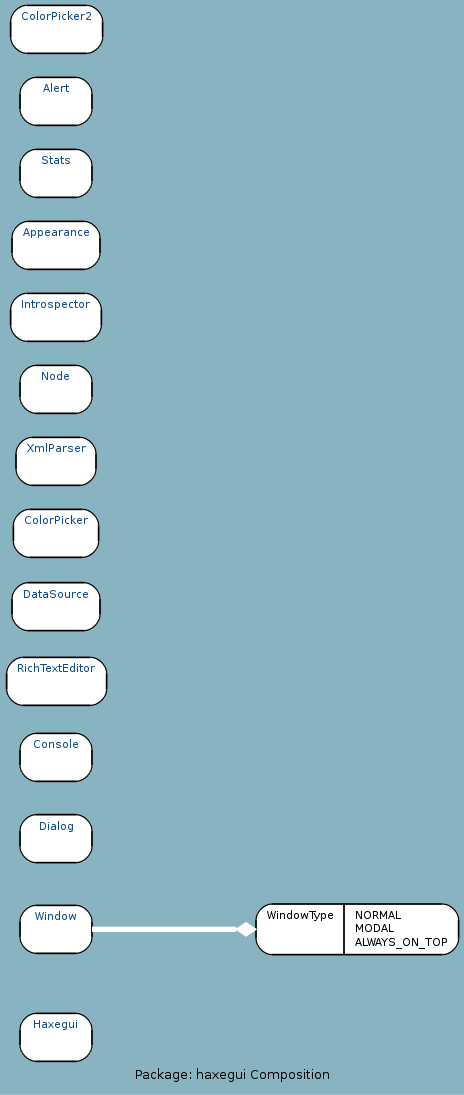
Earlier version of the Graphviz export docs/uml/haxegui_C.png (google-code-export/haxegui). Its source is kept beside it as docs/uml/haxegui_C.dot.
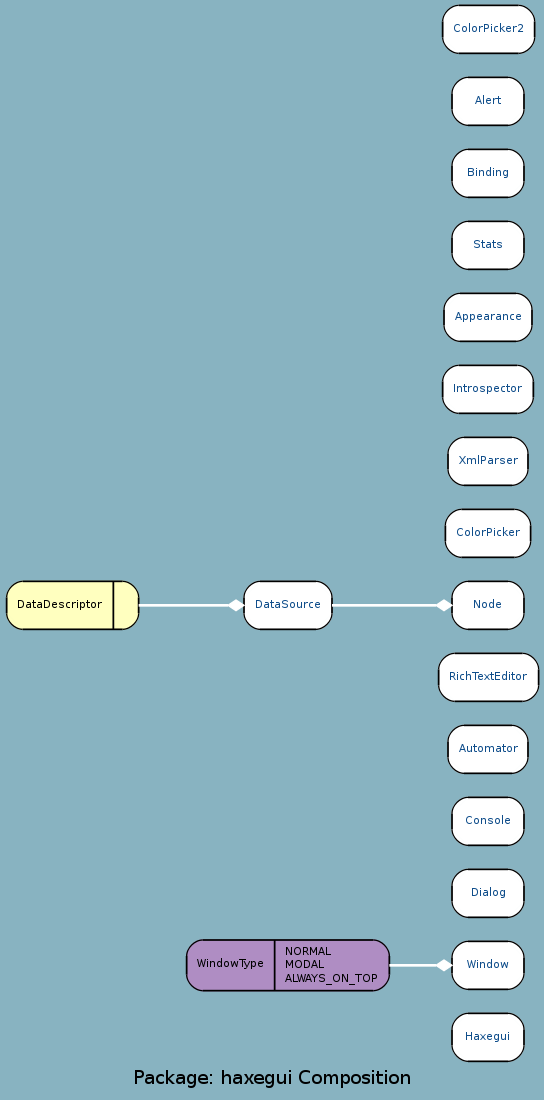
The same diagram one commit later.

Change to the diagram source:
```diff
@@ -1,23 +1,28 @@
 digraph uml {
-	graph [label="Package: haxegui Composition", ratio=compress, rankdir=LR, size="24,12", fontname=Sans, fontsize=10, bgcolor="#88B3C1", fontcolor=black];
-	node [label="\N", fontname=Sans, fontsize=8, shape=record, color=black, fontcolor=black];
-	edge [fontname=Sans, fontsize=8, minlen=3, color=black, fontcolor=black];
-	graph [lp="170,10",
-		bb="0,0,340,813"];
-	"haxegui.Haxegui" [label="{Haxegui}", fontcolor="#104E8B", style="rounded,filled", fillcolor=white, URL="../types/haxegui/Haxegui.html", tooltip=Haxegui, portPos=Haxegui, pos="38,39", rects="11,21,65,57", width="0.75", height="0.50"];
-	"haxegui.Window" [label="{Window}", fontcolor="#104E8B", style="rounded,filled", fillcolor=white, URL="../types/haxegui/Window.html", tooltip=Window, portPos=Window, pos="38,120", rects="11,102,65,138", width="0.75", height="0.50"];
-	"haxegui.WindowType" [label="{WindowType|NORMAL\lMODAL\lALWAYS_ON_TOP\l}", style="rounded,filled", fillcolor=white, pos="264,120", rects="188,101,254,139 254,101,340,139", width="2.11", height="0.53"];
-	"haxegui.Dialog" [label="{Dialog}", fontcolor="#104E8B", style="rounded,filled", fillcolor=white, URL="../types/haxegui/Dialog.html", tooltip=Dialog, portPos=Dialog, pos="38,188", rects="11,170,65,206", width="0.75", height="0.50"];
-	"haxegui.Console" [label="{Console}", fontcolor="#104E8B", style="rounded,filled", fillcolor=white, URL="../types/haxegui/Console.html", tooltip=Console, portPos=Console, pos="38,249", rects="11,231,65,267", width="0.75", height="0.50"];
-	"haxegui.RichTextEditor" [label="{RichTextEditor}", fontcolor="#104E8B", style="rounded,filled", fillcolor=white, URL="../types/haxegui/RichTextEditor.html", tooltip=RichTextEditor, portPos=RichTextEditor, pos="38,306", rects="1,288,76,324", width="1.03", height="0.50"];
-	"haxegui.DataSource" [label="{DataSource}", fontcolor="#104E8B", style="rounded,filled", fillcolor=white, URL="../types/haxegui/DataSource.html", tooltip=DataSource, portPos=DataSource, pos="38,362", rects="5,344,71,380", width="0.92", height="0.50"];
-	"haxegui.ColorPicker" [label="{ColorPicker}", fontcolor="#104E8B", style="rounded,filled", fillcolor=white, URL="../types/haxegui/ColorPicker.html", tooltip=ColorPicker, portPos=ColorPicker, pos="38,417", rects="6,399,70,435", width="0.89", height="0.50"];
-	"haxegui.XmlParser" [label="{XmlParser}", fontcolor="#104E8B", style="rounded,filled", fillcolor=white, URL="../types/haxegui/XmlParser.html", tooltip=XmlParser, portPos=XmlParser, pos="38,471", rects="8,453,68,489", width="0.83", height="0.50"];
-	"haxegui.Node" [label="{Node}", fontcolor="#104E8B", style="rounded,filled", fillcolor=white, URL="../types/haxegui/Node.html", tooltip="Node", portPos="Node", pos="38,525", rects="11,507,65,543", width="0.75", height="0.50"];
-	"haxegui.Introspector" [label="{Introspector}", fontcolor="#104E8B", style="rounded,filled", fillcolor=white, URL="../types/haxegui/Introspector.html", tooltip=Introspector, portPos=Introspector, pos="38,579", rects="4,561,72,597", width="0.94", height="0.50"];
-	"haxegui.Appearance" [label="{Appearance}", fontcolor="#104E8B", style="rounded,filled", fillcolor=white, URL="../types/haxegui/Appearance.html", tooltip=Appearance, portPos=Appearance, pos="38,633", rects="5,615,71,651", width="0.92", height="0.50"];
-	"haxegui.Stats" [label="{Stats}", fontcolor="#104E8B", style="rounded,filled", fillcolor=white, URL="../types/haxegui/Stats.html", tooltip=Stats, portPos=Stats, pos="38,687", rects="11,669,65,705", width="0.75", height="0.50"];
-	"haxegui.Alert" [label="{Alert}", fontcolor="#104E8B", style="rounded,filled", fillcolor=white, URL="../types/haxegui/Alert.html", tooltip=Alert, portPos=Alert, pos="38,741", rects="11,723,65,759", width="0.75", height="0.50"];
-	"haxegui.ColorPicker2" [label="{ColorPicker2}", fontcolor="#104E8B", style="rounded,filled", fillcolor=white, URL="../types/haxegui/ColorPicker2.html", tooltip=ColorPicker2, portPos=ColorPicker2, pos="38,795", rects="4,777,73,813", width="0.94", height="0.50"];
-	"haxegui.Window" -> "haxegui.WindowType" [color=white, style="setlinewidth(4)", arrowhead=diamond, arrowsize="1.25", pos="e,188,120 65,120 91,120 134,120 173,120"];
+	graph [label="Package: haxegui Composition", ratio=compress, rankdir=RL, smoothing=avg_dist, overlap=false, fontname="DejaVu Sans Condenesed", fontsize=14, bgcolor="#88B3C1", fontcolor=black];
+	node [label="\N", fontname="DejaVu Sans Condenesed", fontsize=8, shape=record, color=black, fontcolor=black];
+	edge [fontname="DejaVu Sans Condenesed", fontsize=8, color=black, fontcolor=black];
+	graph [lp="200,12",
+		bb="0,0,400,817"];
+	"haxegui.Haxegui" [label="{\nHaxegui}", fontcolor="#104E8B", style="rounded,filled", fillcolor=white, URL="../types/haxegui/Haxegui.html", tooltip="\nHaxegui", pos="362,43", rects="335,25,389,61", width="0.75", height="0.50"];
+	"haxegui.Window" [label="{\nWindow}", fontcolor="#104E8B", style="rounded,filled", fillcolor=white, URL="../types/haxegui/Window.html", tooltip="\nWindow", pos="362,97", rects="335,79,389,115", width="0.75", height="0.50"];
+	"haxegui.WindowType" [label="{\nWindowType|NORMAL\lMODAL\lALWAYS_ON_TOP\l}", style="rounded,filled", fillcolor="#af8dc3", pos="212,97", rects="136,78,202,116 202,78,288,116", width="2.11", height="0.53"];
+	"haxegui.Dialog" [label="{\nDialog}", fontcolor="#104E8B", style="rounded,filled", fillcolor=white, URL="../types/haxegui/Dialog.html", tooltip="\nDialog", pos="362,151", rects="335,133,389,169", width="0.75", height="0.50"];
+	"haxegui.Console" [label="{\nConsole}", fontcolor="#104E8B", style="rounded,filled", fillcolor=white, URL="../types/haxegui/Console.html", tooltip="\nConsole", pos="362,205", rects="335,187,389,223", width="0.75", height="0.50"];
+	"haxegui.Automator" [label="{\nAutomator}", fontcolor="#104E8B", style="rounded,filled", fillcolor=white, URL="../types/haxegui/Automator.html", tooltip="\nAutomator", pos="362,259", rects="332,241,392,277", width="0.83", height="0.50"];
+	"haxegui.RichTextEditor" [label="{\nRichTextEditor}", fontcolor="#104E8B", style="rounded,filled", fillcolor=white, URL="../types/haxegui/RichTextEditor.html", tooltip="\nRichTextEditor", pos="362,313", rects="325,295,400,331", width="1.03", height="0.50"];
+	"haxegui.DataDescriptor" [label="{\nDataDescriptor|}", style="rounded,filled", fillcolor="#ffffbf", pos="50,367", rects="1,349,81,385 81,349,100,385", width="1.36", height="0.50"];
+	"haxegui.DataSource" [label="{\nDataSource}", fontcolor="#104E8B", style="rounded,filled", fillcolor=white, URL="../types/haxegui/DataSource.html", tooltip="\nDataSource", pos="212,367", rects="179,349,245,385", width="0.92", height="0.50"];
+	"haxegui.ColorPicker" [label="{\nColorPicker}", fontcolor="#104E8B", style="rounded,filled", fillcolor=white, URL="../types/haxegui/ColorPicker.html", tooltip="\nColorPicker", pos="362,421", rects="330,403,394,439", width="0.89", height="0.50"];
+	"haxegui.XmlParser" [label="{\nXmlParser}", fontcolor="#104E8B", style="rounded,filled", fillcolor=white, URL="../types/haxegui/XmlParser.html", tooltip="\nXmlParser", pos="362,475", rects="332,457,392,493", width="0.83", height="0.50"];
+	"haxegui.Node" [label="{\nNode}", fontcolor="#104E8B", style="rounded,filled", fillcolor=white, URL="../types/haxegui/Node.html", tooltip="\nNode", pos="362,367", rects="335,349,389,385", width="0.75", height="0.50"];
+	"haxegui.Introspector" [label="{\nIntrospector}", fontcolor="#104E8B", style="rounded,filled", fillcolor=white, URL="../types/haxegui/Introspector.html", tooltip="\nIntrospector", pos="362,529", rects="328,511,396,547", width="0.94", height="0.50"];
+	"haxegui.Appearance" [label="{\nAppearance}", fontcolor="#104E8B", style="rounded,filled", fillcolor=white, URL="../types/haxegui/Appearance.html", tooltip="\nAppearance", pos="362,583", rects="329,565,395,601", width="0.92", height="0.50"];
+	"haxegui.Stats" [label="{\nStats}", fontcolor="#104E8B", style="rounded,filled", fillcolor=white, URL="../types/haxegui/Stats.html", tooltip="\nStats", pos="362,637", rects="335,619,389,655", width="0.75", height="0.50"];
+	"haxegui.Binding" [label="{\nBinding}", fontcolor="#104E8B", style="rounded,filled", fillcolor=white, URL="../types/haxegui/Binding.html", tooltip="\nBinding", pos="362,691", rects="335,673,389,709", width="0.75", height="0.50"];
+	"haxegui.Alert" [label="{\nAlert}", fontcolor="#104E8B", style="rounded,filled", fillcolor=white, URL="../types/haxegui/Alert.html", tooltip="\nAlert", pos="362,745", rects="335,727,389,763", width="0.75", height="0.50"];
+	"haxegui.ColorPicker2" [label="{\nColorPicker2}", fontcolor="#104E8B", style="rounded,filled", fillcolor=white, URL="../types/haxegui/ColorPicker2.html", tooltip="\nColorPicker2", pos="362,799", rects="328,781,397,817", width="0.94", height="0.50"];
+	"haxegui.Window" -> "haxegui.WindowType" [color=white, style=bold, arrowhead=none, arrowtail=diamond, arrowsize=1, pos="s,335,97 323,97 312,97 300,97 288,97"];
+	"haxegui.DataSource" -> "haxegui.DataDescriptor" [color=white, style=bold, arrowhead=none, arrowtail=diamond, arrowsize=1, pos="s,179,367 167,367 146,367 122,367 100,367"];
+	"haxegui.Node" -> "haxegui.DataSource" [color=white, style=bold, arrowhead=none, arrowtail=diamond, arrowsize=1, pos="s,335,367 323,367 299,367 268,367 245,367"];
 }
```
